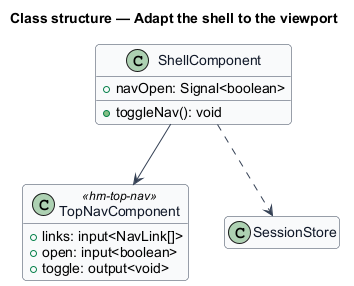
Before: docs/detailed-designs/interface/responsive-shell/diagrams/class-structure.png, a diagram exported from PlantUML (QuinntyneBrown/hummi).
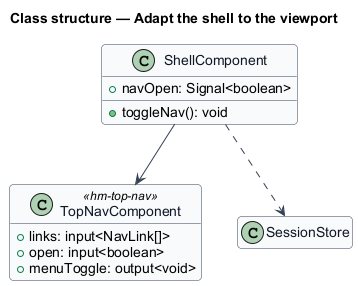
After the commit.

Diff of the diagram source:
```diff
@@ -19,7 +19,7 @@
 class TopNavComponent <<hm-top-nav>> {
   +links: input<NavLink[]>
   +open: input<boolean>
-  +toggle: output<void>
+  +menuToggle: output<void>
 }
 ShellComponent --> TopNavComponent
 ShellComponent ..> SessionStore
```
